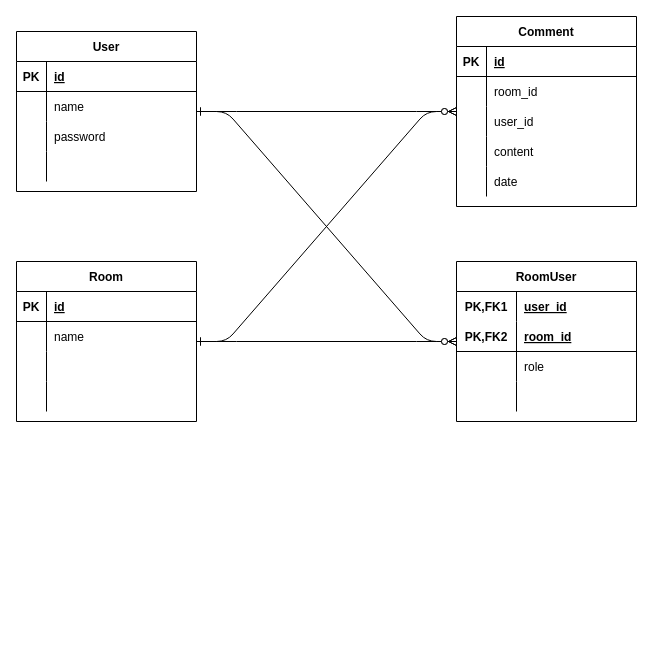
This is idea/er.drawio from marimelon/hondaboard, a draw.io file, before an edit. Source tidied: cells renumbered, new cells numbered last; positions are measured from the earlier drawing's top-left corner, leaving out a move shared by most shapes. Both pictures are drawn from the tidied source at 100%, with x=0, y=0 at pixel (16, 16).
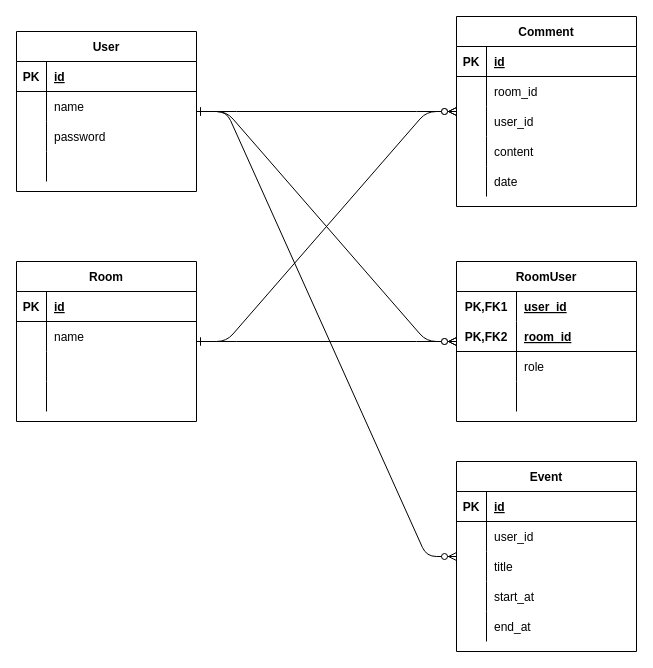
The same page after the edit.

Commit message:
イベントのer図を追加

Unchanged cells that the change refers to:
```xml
<mxCell id="2" value="User" style="shape=table;startSize=30;childLayout=tableLayout;rowLines=0;fontStyle=1;align=center;" parent="1" vertex="1">
  <mxGeometry y="15" width="180" height="160" as="geometry" />
</mxCell>
```

The edit, as a diff of the source:
```diff
@@
+    <mxCell id="61" value="Event" style="shape=table;startSize=30;childLayout=tableLayout;rowLines=0;fontStyle=1;align=center;" parent="1" vertex="1">
+      <mxGeometry x="440" y="445" width="180" height="190" as="geometry" />
+    </mxCell>
+    <mxCell id="62" style="shape=partialRectangle;fillColor=none;top=0;left=0;bottom=1;right=0;" parent="61" vertex="1">
+      <mxGeometry y="30" width="180" height="30" as="geometry" />
+    </mxCell>
+    <mxCell id="63" value="PK" style="shape=partialRectangle;fillColor=none;top=0;left=0;bottom=0;right=0;fontStyle=1;overflow=hidden;" parent="62" vertex="1">
+      <mxGeometry width="30" height="30" as="geometry" />
+    </mxCell>
+    <mxCell id="64" value="id" style="shape=partialRectangle;fillColor=none;top=0;left=0;bottom=0;right=0;align=left;spacingLeft=6;fontStyle=5;overflow=hidden;" parent="62" vertex="1">
+      <mxGeometry x="30" width="150" height="30" as="geometry" />
+    </mxCell>
+    <mxCell id="65" style="shape=partialRectangle;fillColor=none;top=0;left=0;bottom=0;right=0;" parent="61" vertex="1">
+      <mxGeometry y="60" width="180" height="30" as="geometry" />
+    </mxCell>
+    <mxCell id="66" style="shape=partialRectangle;fillColor=none;top=0;left=0;bottom=0;right=0;overflow=hidden;" parent="65" vertex="1">
+      <mxGeometry width="30" height="30" as="geometry" />
+    </mxCell>
+    <mxCell id="67" value="user_id" style="shape=partialRectangle;fillColor=none;top=0;left=0;bottom=0;right=0;align=left;spacingLeft=6;overflow=hidden;" parent="65" vertex="1">
+      <mxGeometry x="30" width="150" height="30" as="geometry" />
+    </mxCell>
+    <mxCell id="68" style="shape=partialRectangle;fillColor=none;top=0;left=0;bottom=0;right=0;" parent="61" vertex="1">
+      <mxGeometry y="90" width="180" height="30" as="geometry" />
+    </mxCell>
+    <mxCell id="69" style="shape=partialRectangle;fillColor=none;top=0;left=0;bottom=0;right=0;overflow=hidden;" parent="68" vertex="1">
+      <mxGeometry width="30" height="30" as="geometry" />
+    </mxCell>
+    <mxCell id="70" value="title" style="shape=partialRectangle;fillColor=none;top=0;left=0;bottom=0;right=0;align=left;spacingLeft=6;overflow=hidden;" parent="68" vertex="1">
+      <mxGeometry x="30" width="150" height="30" as="geometry" />
+    </mxCell>
+    <mxCell id="71" style="shape=partialRectangle;fillColor=none;top=0;left=0;bottom=0;right=0;" parent="61" vertex="1">
+      <mxGeometry y="120" width="180" height="30" as="geometry" />
+    </mxCell>
+    <mxCell id="72" style="shape=partialRectangle;fillColor=none;top=0;left=0;bottom=0;right=0;overflow=hidden;" parent="71" vertex="1">
+      <mxGeometry width="30" height="30" as="geometry" />
+    </mxCell>
+    <mxCell id="73" value="start_at" style="shape=partialRectangle;fillColor=none;top=0;left=0;bottom=0;right=0;align=left;spacingLeft=6;overflow=hidden;" parent="71" vertex="1">
+      <mxGeometry x="30" width="150" height="30" as="geometry" />
+    </mxCell>
+    <mxCell id="74" style="shape=partialRectangle;fillColor=none;top=0;left=0;bottom=0;right=0;" parent="61" vertex="1">
+      <mxGeometry y="150" width="180" height="30" as="geometry" />
+    </mxCell>
+    <mxCell id="75" style="shape=partialRectangle;fillColor=none;top=0;left=0;bottom=0;right=0;overflow=hidden;" parent="74" vertex="1">
+      <mxGeometry width="30" height="30" as="geometry" />
+    </mxCell>
+    <mxCell id="76" value="end_at" style="shape=partialRectangle;fillColor=none;top=0;left=0;bottom=0;right=0;align=left;spacingLeft=6;overflow=hidden;" parent="74" vertex="1">
+      <mxGeometry x="30" width="150" height="30" as="geometry" />
+    </mxCell>
+    <mxCell id="77" style="edgeStyle=entityRelationEdgeStyle;fontSize=12;html=1;endArrow=ERzeroToMany;endFill=1;startArrow=ERone;startFill=0;" parent="1" edge="1" source="2" target="61">
+      <mxGeometry relative="1" as="geometry" />
+    </mxCell>
```
